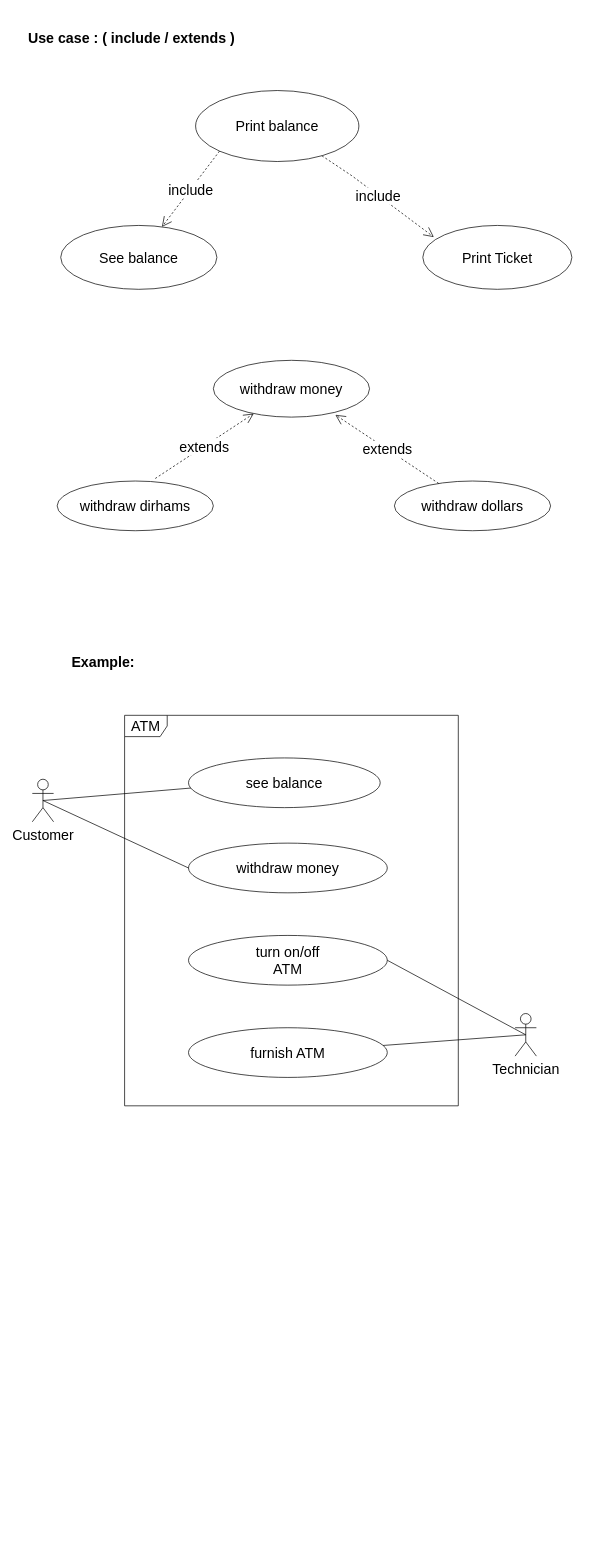
The draw.io diagram page "Use Case" (1 of 2) of Diagram.drawio in yahyamallak/UML, before the edit. Source tidied: cells renumbered, new cells numbered last; positions are measured from the earlier drawing's top-left corner, leaving out a move shared by most shapes. Both pictures are drawn from the tidied source at 71%, with x=0, y=0 at pixel (18, 12).
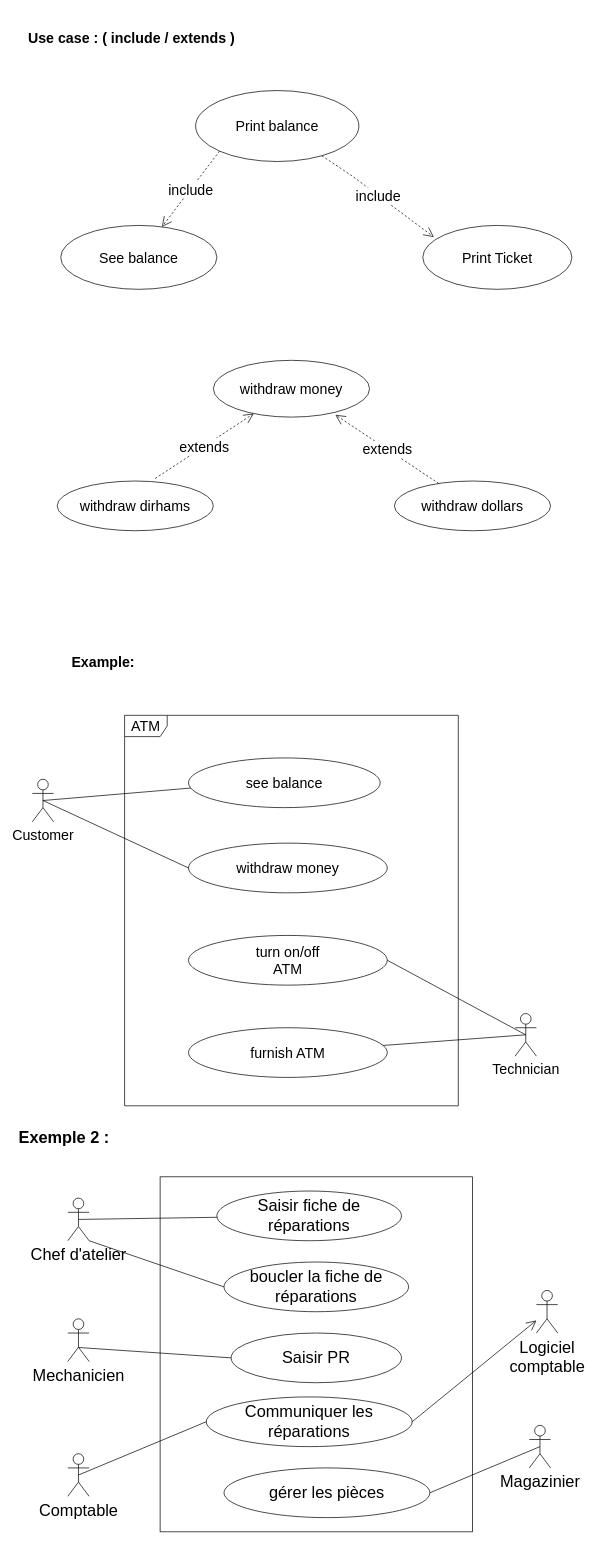
The same diagram, later.

The edit, as a diff of the source:
```diff
@@
+    <mxCell id="25" value="Exemple 2 :" style="text;align=center;fontStyle=1;verticalAlign=middle;spacingLeft=3;spacingRight=3;strokeColor=none;fontSize=23;" parent="1" vertex="1">
+      <mxGeometry y="1570" width="130" height="26" as="geometry" />
+    </mxCell>
+    <mxCell id="26" value="Chef d'atelier" style="shape=umlActor;verticalLabelPosition=bottom;verticalAlign=top;html=1;fontSize=23;" parent="1" vertex="1">
+      <mxGeometry x="70" y="1670" width="30" height="60" as="geometry" />
+    </mxCell>
+    <mxCell id="27" value="Comptable" style="shape=umlActor;verticalLabelPosition=bottom;verticalAlign=top;html=1;fontSize=23;" parent="1" vertex="1">
+      <mxGeometry x="70" y="2030" width="30" height="60" as="geometry" />
+    </mxCell>
+    <mxCell id="28" value="Mechanicien" style="shape=umlActor;verticalLabelPosition=bottom;verticalAlign=top;html=1;fontSize=23;" parent="1" vertex="1">
+      <mxGeometry x="70" y="1840" width="30" height="60" as="geometry" />
+    </mxCell>
+    <mxCell id="29" value="Logiciel&lt;br&gt;comptable" style="shape=umlActor;verticalLabelPosition=bottom;verticalAlign=top;html=1;fontSize=23;" parent="1" vertex="1">
+      <mxGeometry x="730" y="1800" width="30" height="60" as="geometry" />
+    </mxCell>
+    <mxCell id="30" value="Magazinier" style="shape=umlActor;verticalLabelPosition=bottom;verticalAlign=top;html=1;fontSize=23;" parent="1" vertex="1">
+      <mxGeometry x="720" y="1990" width="30" height="60" as="geometry" />
+    </mxCell>
+    <mxCell id="31" style="html=1;fontSize=23;" parent="1" vertex="1">
+      <mxGeometry x="200" y="1640" width="440" height="500" as="geometry" />
+    </mxCell>
+    <mxCell id="32" value="Saisir fiche de réparations" style="ellipse;whiteSpace=wrap;html=1;fontSize=23;" parent="1" vertex="1">
+      <mxGeometry x="280" y="1660" width="260" height="70" as="geometry" />
+    </mxCell>
+    <mxCell id="33" value="Saisir PR" style="ellipse;whiteSpace=wrap;html=1;fontSize=23;" parent="1" vertex="1">
+      <mxGeometry x="300" y="1860" width="240" height="70" as="geometry" />
+    </mxCell>
+    <mxCell id="34" value="boucler la fiche de réparations" style="ellipse;whiteSpace=wrap;html=1;fontSize=23;" parent="1" vertex="1">
+      <mxGeometry x="290" y="1760" width="260" height="70" as="geometry" />
+    </mxCell>
+    <mxCell id="35" style="endArrow=none;html=1;rounded=0;fontSize=23;exitX=0.5;exitY=0.5;exitDx=0;exitDy=0;exitPerimeter=0;" parent="1" edge="1" source="26" target="32">
+      <mxGeometry relative="1" as="geometry" />
+    </mxCell>
+    <mxCell id="36" style="endArrow=none;html=1;rounded=0;fontSize=23;exitX=1;exitY=1;exitDx=0;exitDy=0;exitPerimeter=0;entryX=0;entryY=0.5;entryDx=0;entryDy=0;" parent="1" edge="1" source="26" target="34">
+      <mxGeometry relative="1" as="geometry" />
+    </mxCell>
+    <mxCell id="37" style="endArrow=none;html=1;rounded=0;fontSize=23;exitX=0.507;exitY=0.673;exitDx=0;exitDy=0;exitPerimeter=0;entryX=0;entryY=0.5;entryDx=0;entryDy=0;" parent="1" edge="1" source="28" target="33">
+      <mxGeometry relative="1" as="geometry" />
+    </mxCell>
+    <mxCell id="38" value="Communiquer les réparations" style="ellipse;whiteSpace=wrap;html=1;fontSize=23;" parent="1" vertex="1">
+      <mxGeometry x="265" y="1950" width="290" height="70" as="geometry" />
+    </mxCell>
+    <mxCell id="39" style="endArrow=open;endFill=1;endSize=12;html=1;rounded=0;fontSize=23;exitX=1;exitY=0.5;exitDx=0;exitDy=0;" parent="1" edge="1" source="38" target="29">
+      <mxGeometry relative="1" as="geometry" />
+    </mxCell>
+    <mxCell id="40" style="endArrow=none;html=1;rounded=0;fontSize=23;exitX=0.5;exitY=0.5;exitDx=0;exitDy=0;exitPerimeter=0;entryX=0;entryY=0.5;entryDx=0;entryDy=0;" parent="1" edge="1" source="27" target="38">
+      <mxGeometry relative="1" as="geometry" />
+    </mxCell>
+    <mxCell id="41" value="gérer les pièces" style="ellipse;whiteSpace=wrap;html=1;fontSize=23;" parent="1" vertex="1">
+      <mxGeometry x="290" y="2050" width="290" height="70" as="geometry" />
+    </mxCell>
+    <mxCell id="42" style="endArrow=none;html=1;rounded=0;fontSize=23;exitX=1;exitY=0.5;exitDx=0;exitDy=0;entryX=0.5;entryY=0.5;entryDx=0;entryDy=0;entryPerimeter=0;" parent="1" edge="1" source="41" target="30">
+      <mxGeometry relative="1" as="geometry" />
+    </mxCell>
```
